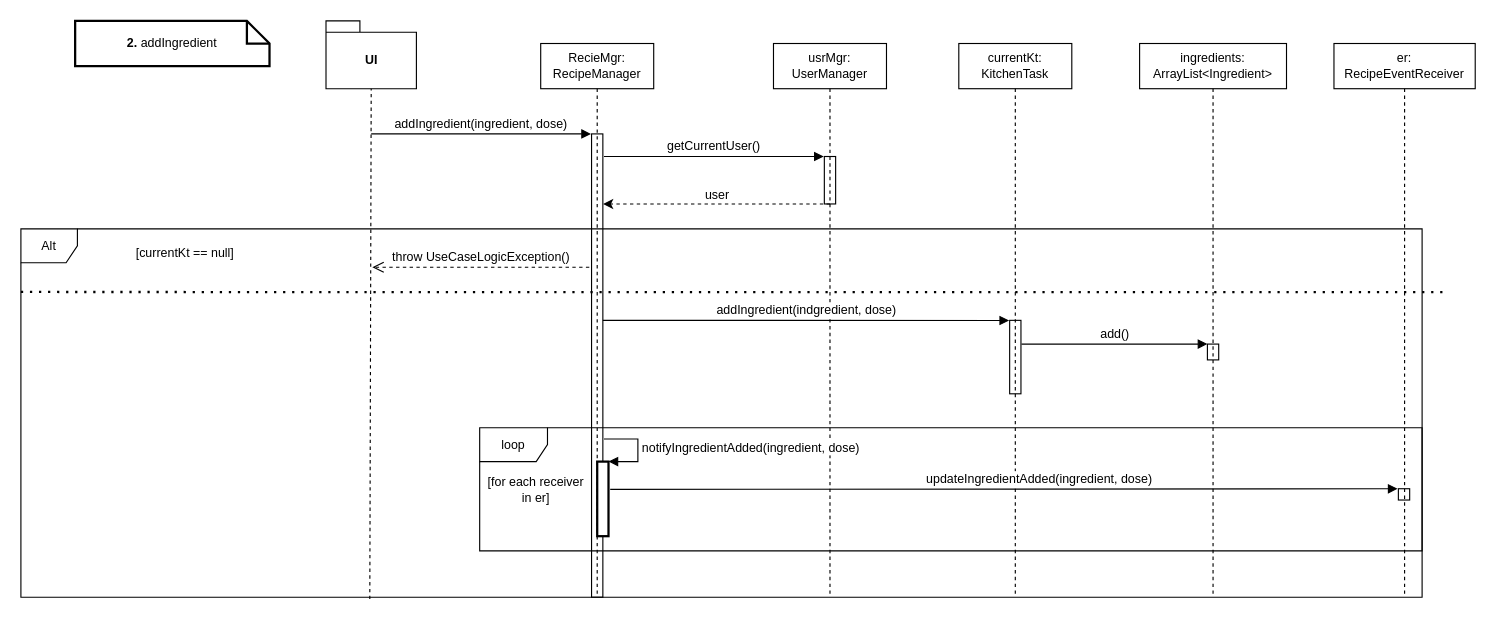
Above: page "2" (5 of 6) of Gestire le ricette/Gestire le ricette (DSD).drawio in cortosi/Development-of-Software-Applications-2021-2022 (draw.io), before the change. Source tidied: cells renumbered, new cells numbered last; positions are measured from the earlier drawing's top-left corner, leaving out a move shared by most shapes. Both pictures are drawn from the tidied source at 113%, with x=0, y=0 at pixel (20, 20).
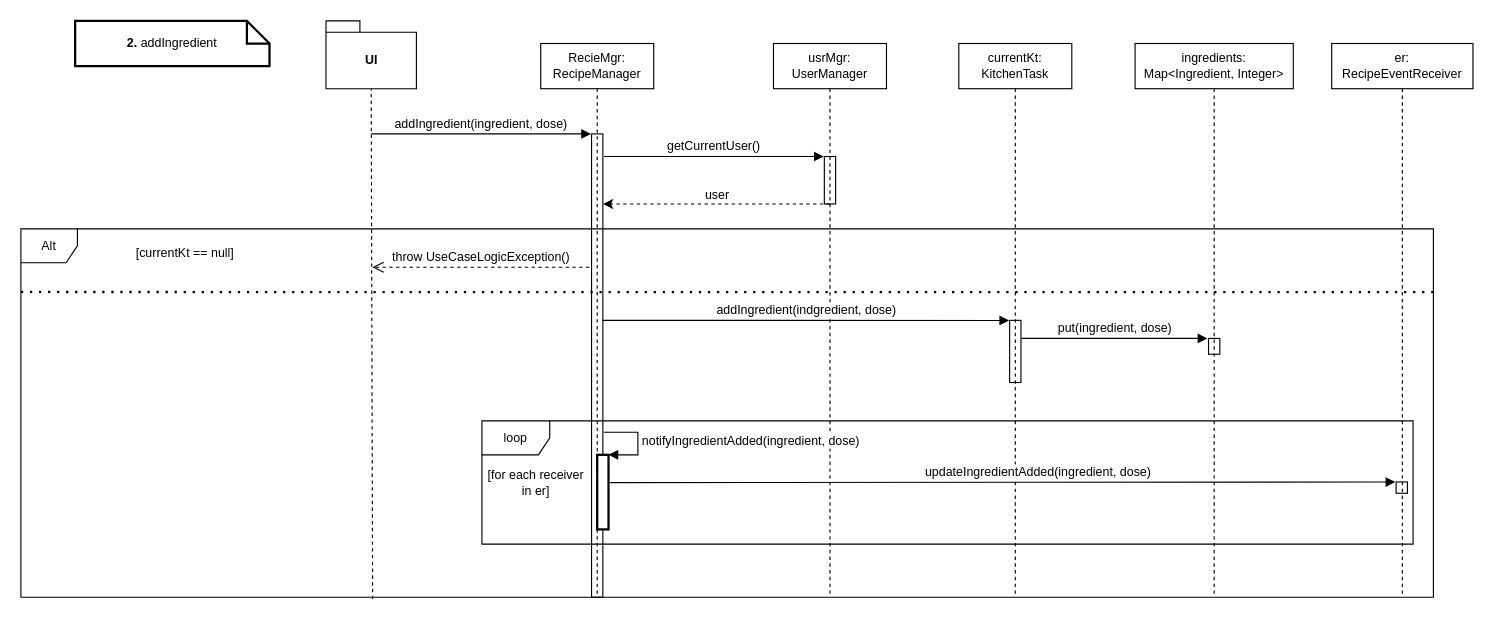
The same page after the edit.

Unchanged cells that the change refers to:
```xml
<mxCell id="18" value="currentKt:&lt;br style=&quot;font-size: 11px;&quot;&gt;KitchenTask" style="shape=umlLifeline;perimeter=lifelinePerimeter;whiteSpace=wrap;html=1;fontFamily=SF UI Text;fontSize=11;" parent="1" vertex="1">
  <mxGeometry x="830" y="20" width="100" height="490" as="geometry" />
</mxCell>
```

The edit, as a diff of the source:
```diff
@@
     <mxCell id="2" value="er:&lt;br style=&quot;font-size: 11px;&quot;&gt;RecipeEventReceiver" style="shape=umlLifeline;perimeter=lifelinePerimeter;whiteSpace=wrap;html=1;fontFamily=SF UI Text;fontSize=11;" parent="1" vertex="1">
-      <mxGeometry x="1162" y="20" width="125" height="490" as="geometry" />
+      <mxGeometry x="1160" y="20" width="125" height="490" as="geometry" />
     </mxCell>
@@
     <mxCell id="14" value="Alt" style="shape=umlFrame;whiteSpace=wrap;html=1;fillColor=none;width=50;height=30;fontFamily=SF UI Text;fontSize=11;" parent="1" vertex="1">
-      <mxGeometry y="184" width="1240" height="326" as="geometry" />
+      <mxGeometry y="184" width="1250" height="326" as="geometry" />
     </mxCell>
     <mxCell id="15" style="endArrow=none;dashed=1;html=1;dashPattern=1 3;strokeWidth=2;rounded=0;fontFamily=SF UI Text;fontSize=11;exitX=0;exitY=0.183;exitDx=0;exitDy=0;exitPerimeter=0;" parent="1" edge="1">
       <mxGeometry relative="1" as="geometry">
         <mxPoint y="239.9" as="sourcePoint" />
-        <mxPoint x="1260" y="240" as="targetPoint" />
+        <mxPoint x="1250" y="240" as="targetPoint" />
       </mxGeometry>
     </mxCell>
@@
     <mxCell id="19" style="html=1;points=[];perimeter=orthogonalPerimeter;fillColor=none;fontFamily=SF UI Text;fontSize=11;" parent="18" vertex="1">
-      <mxGeometry x="45" y="245" width="10" height="65" as="geometry" />
+      <mxGeometry x="45" y="245" width="10" height="55" as="geometry" />
     </mxCell>
@@
-    <mxCell id="21" value="ingredients:&lt;br style=&quot;font-size: 11px;&quot;&gt;ArrayList&amp;lt;Ingredient&amp;gt;" style="shape=umlLifeline;perimeter=lifelinePerimeter;whiteSpace=wrap;html=1;fontFamily=SF UI Text;fontSize=11;" parent="1" vertex="1">
-      <mxGeometry x="990" y="20" width="130" height="490" as="geometry" />
+    <mxCell id="21" value="ingredients:&lt;br style=&quot;font-size: 11px;&quot;&gt;Map&amp;lt;Ingredient, Integer&amp;gt;" style="shape=umlLifeline;perimeter=lifelinePerimeter;whiteSpace=wrap;html=1;fontFamily=SF UI Text;fontSize=11;" parent="1" vertex="1">
+      <mxGeometry x="986" y="20" width="140" height="490" as="geometry" />
     </mxCell>
     <mxCell id="22" style="html=1;perimeter=orthogonalPerimeter;fillColor=none;fontFamily=SF UI Text;fontSize=11;" parent="21" vertex="1">
-      <mxGeometry x="60" y="266" width="10" height="14" as="geometry" />
+      <mxGeometry x="65" y="261" width="10" height="14" as="geometry" />
     </mxCell>
-    <mxCell id="23" value="add()" style="html=1;verticalAlign=bottom;endArrow=block;rounded=0;fontFamily=SF UI Text;fontSize=11;" parent="1" edge="1">
+    <mxCell id="23" value="&lt;br&gt;put(ingredient, dose)" style="html=1;verticalAlign=bottom;endArrow=block;rounded=0;fontFamily=SF UI Text;fontSize=11;" parent="1" edge="1">
       <mxGeometry relative="1" as="geometry">
-        <mxPoint x="885.5" y="286" as="sourcePoint" />
-        <mxPoint x="1050" y="286" as="targetPoint" />
+        <mxPoint x="885.5" y="281" as="sourcePoint" />
+        <mxPoint x="1050" y="281" as="targetPoint" />
       </mxGeometry>
     </mxCell>
     <mxCell id="24" style="html=1;points=[];perimeter=orthogonalPerimeter;fillColor=none;fontFamily=SF UI Text;fontSize=11;" parent="1" vertex="1">
-      <mxGeometry x="1219" y="414" width="10" height="10" as="geometry" />
+      <mxGeometry x="1217" y="408" width="10" height="10" as="geometry" />
     </mxCell>
     <mxCell id="25" value="loop" style="shape=umlFrame;whiteSpace=wrap;html=1;fontFamily=SF UI Text;fillColor=none;fontSize=11;" parent="1" vertex="1">
-      <mxGeometry x="406" y="360" width="834" height="109" as="geometry" />
+      <mxGeometry x="408" y="354" width="824" height="109" as="geometry" />
     </mxCell>
     <mxCell id="26" value="notifyIngredientAdded(ingredient, dose)" style="edgeStyle=orthogonalEdgeStyle;html=1;align=left;spacingLeft=2;endArrow=block;rounded=0;entryX=1;entryY=0;fontFamily=SF UI Text;fontSize=11;" parent="1" edge="1" target="27">
       <mxGeometry relative="1" as="geometry">
-        <mxPoint x="516" y="370" as="sourcePoint" />
+        <mxPoint x="516" y="364" as="sourcePoint" />
         <Array as="points">
-          <mxPoint x="546" y="370" />
-          <mxPoint x="546" y="390" />
+          <mxPoint x="546" y="364" />
+          <mxPoint x="546" y="384" />
         </Array>
       </mxGeometry>
     </mxCell>
     <mxCell id="27" style="html=1;points=[];perimeter=orthogonalPerimeter;fontFamily=SF UI Text;fontSize=11;strokeWidth=2;fillColor=default;" parent="1" vertex="1">
-      <mxGeometry x="510" y="390" width="10" height="66" as="geometry" />
+      <mxGeometry x="510" y="384" width="10" height="66" as="geometry" />
     </mxCell>
     <mxCell id="28" value="[for each receiver in er]" style="text;html=1;strokeColor=none;fillColor=none;align=center;verticalAlign=middle;whiteSpace=wrap;rounded=0;fontFamily=SF UI Text;fontSize=11;" parent="1" vertex="1">
-      <mxGeometry x="411" y="400" width="90" height="30" as="geometry" />
+      <mxGeometry x="411" y="394" width="90" height="30" as="geometry" />
     </mxCell>
     <mxCell id="29" value="updateIngredientAdded(ingredient, dose)" style="html=1;verticalAlign=bottom;endArrow=block;rounded=0;fontFamily=SF UI Text;fontSize=11;entryX=-0.071;entryY=0.006;entryDx=0;entryDy=0;entryPerimeter=0;" parent="1" edge="1" target="24">
       <mxGeometry x="0.09" relative="1" as="geometry">
-        <mxPoint x="521.5" y="414.6" as="sourcePoint" />
+        <mxPoint x="521.5" y="408.6" as="sourcePoint" />
       </mxGeometry>
     </mxCell>
```
